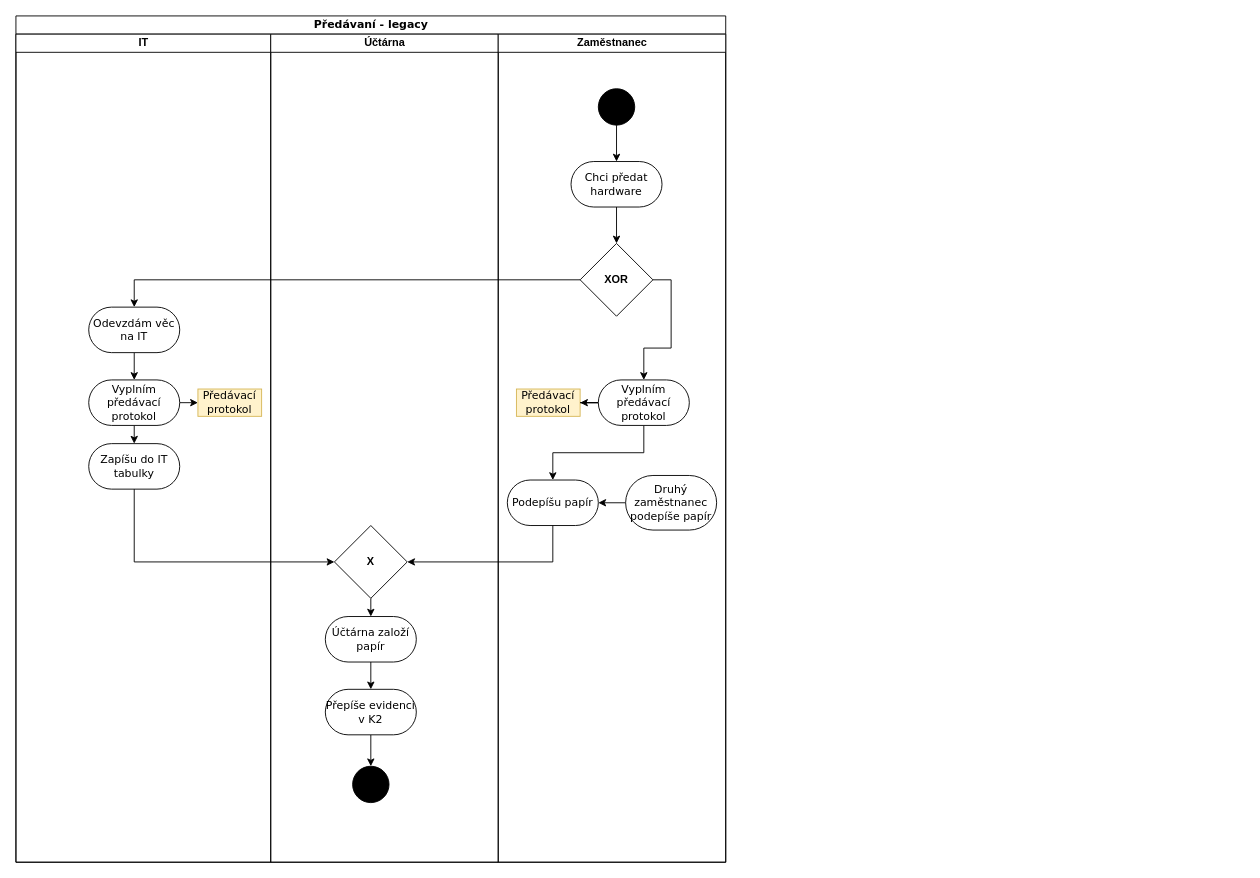
Earlier version of the draw.io diagram page "Předávaní - legacy" (2 of 6) of UML - Inventar.drawio (horeckyj/drawio). Source tidied: cells renumbered, new cells numbered last; positions are measured from the earlier drawing's top-left corner, leaving out a move shared by most shapes. Both pictures are drawn from the tidied source at 91%, with x=0, y=0 at pixel (15, 15).
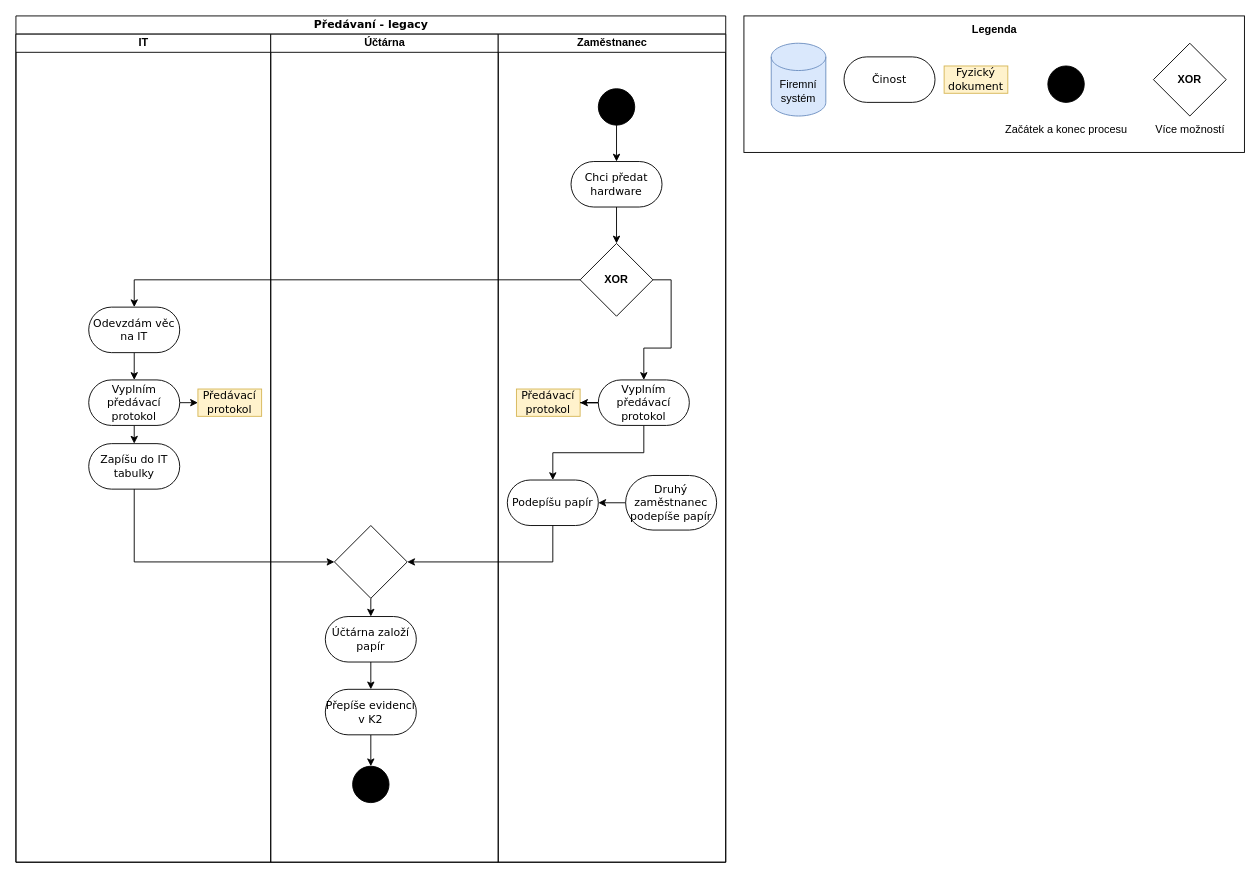
After the change.

Unchanged cells that the change refers to:
```xml
<mxCell id="11" value="Účtárna" style="swimlane;html=1;startSize=20;" parent="2" vertex="1">
  <mxGeometry x="280" y="20" width="250" height="910" as="geometry" />
</mxCell>
```

The edit, as a diff of the source:
```diff
@@
-    <mxCell id="18" value="&lt;b&gt;X&lt;/b&gt;" style="rhombus;whiteSpace=wrap;html=1;" parent="11" vertex="1">
+    <mxCell id="18" style="rhombus;whiteSpace=wrap;html=1;" parent="11" vertex="1">
       <mxGeometry x="70" y="540" width="80" height="80" as="geometry" />
     </mxCell>
@@
+    <mxCell id="36" style="rounded=0;whiteSpace=wrap;html=1;" parent="1" vertex="1">
+      <mxGeometry x="800" width="550" height="150" as="geometry" />
+    </mxCell>
+    <mxCell id="37" value="Firemní systém" style="shape=cylinder3;whiteSpace=wrap;html=1;boundedLbl=1;backgroundOutline=1;size=15;fillColor=#dae8fc;strokeColor=#6c8ebf;" parent="1" vertex="1">
+      <mxGeometry x="830" y="30" width="60" height="80" as="geometry" />
+    </mxCell>
+    <mxCell id="38" value="Činost" style="rounded=1;whiteSpace=wrap;html=1;shadow=0;comic=0;labelBackgroundColor=none;strokeWidth=1;fontFamily=Verdana;fontSize=12;align=center;arcSize=50;" parent="1" vertex="1">
+      <mxGeometry x="910" y="45" width="100" height="50" as="geometry" />
+    </mxCell>
+    <mxCell id="39" value="Fyzický dokument" style="rounded=0;whiteSpace=wrap;html=1;shadow=0;comic=0;labelBackgroundColor=none;strokeWidth=1;fontFamily=Verdana;fontSize=12;align=center;arcSize=50;fillColor=#fff2cc;strokeColor=#d6b656;" parent="1" vertex="1">
+      <mxGeometry x="1020" y="55" width="70" height="30" as="geometry" />
+    </mxCell>
+    <mxCell id="40" style="ellipse;whiteSpace=wrap;html=1;rounded=0;shadow=0;comic=0;labelBackgroundColor=none;strokeWidth=1;fillColor=#000000;fontFamily=Verdana;fontSize=12;align=center;" parent="1" vertex="1">
+      <mxGeometry x="1134" y="55" width="40" height="40" as="geometry" />
+    </mxCell>
+    <mxCell id="41" value="Začátek a konec procesu" style="text;html=1;align=center;verticalAlign=middle;strokeColor=none;fillColor=none;" parent="1" vertex="1">
+      <mxGeometry x="1074" y="110" width="160" height="30" as="geometry" />
+    </mxCell>
+    <mxCell id="42" value="&lt;b&gt;XOR&lt;/b&gt;" style="rhombus;whiteSpace=wrap;html=1;" parent="1" vertex="1">
+      <mxGeometry x="1250" y="30" width="80" height="80" as="geometry" />
+    </mxCell>
+    <mxCell id="43" value="Více možností" style="text;html=1;align=center;verticalAlign=middle;strokeColor=none;fillColor=none;" parent="1" vertex="1">
+      <mxGeometry x="1240" y="110" width="100" height="30" as="geometry" />
+    </mxCell>
+    <mxCell id="44" value="Legenda" style="text;html=1;align=center;verticalAlign=middle;strokeColor=none;fillColor=none;fontStyle=1;" parent="1" vertex="1">
+      <mxGeometry x="1040" width="70" height="30" as="geometry" />
+    </mxCell>
```
